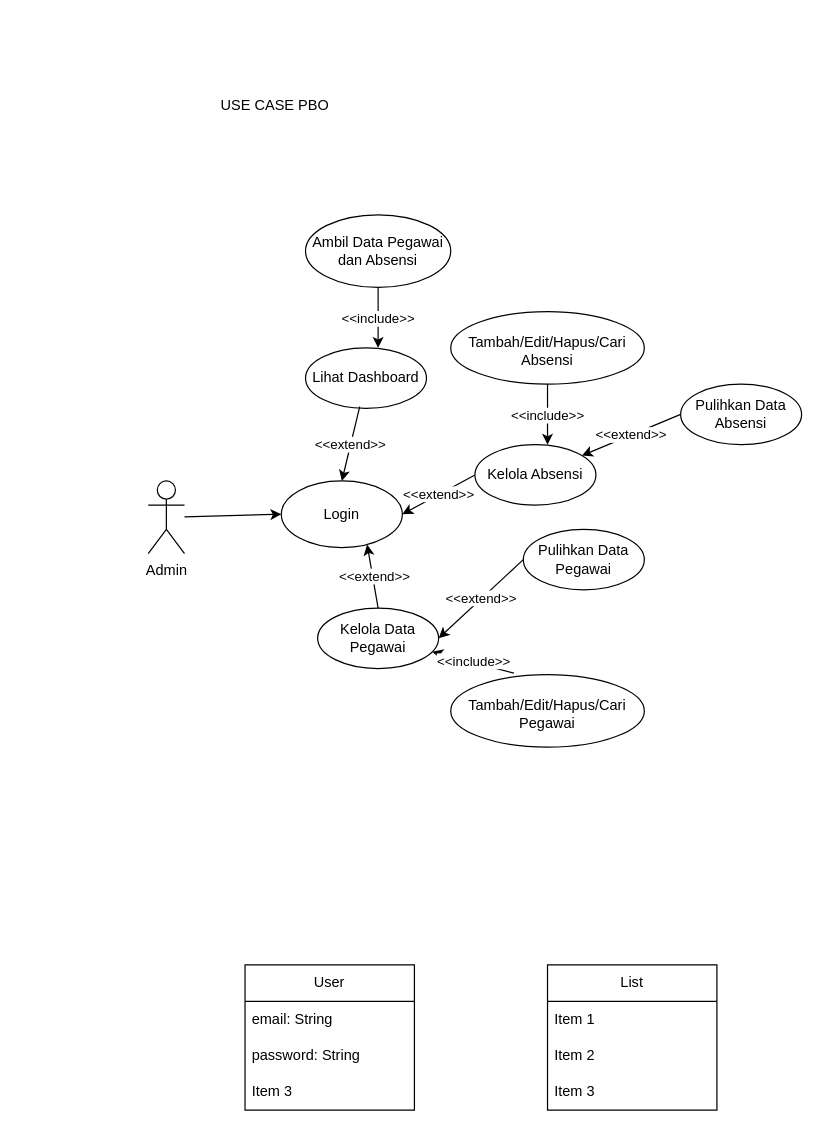
Before: Untitled Diagram.drawio in NahwaKakaa/Draw.Io, a draw.io diagram. Source tidied: cells renumbered, new cells numbered last; positions are measured from the earlier drawing's top-left corner, leaving out a move shared by most shapes. Both pictures are drawn from the tidied source at 121%, with x=0, y=0 at pixel (21, 21).
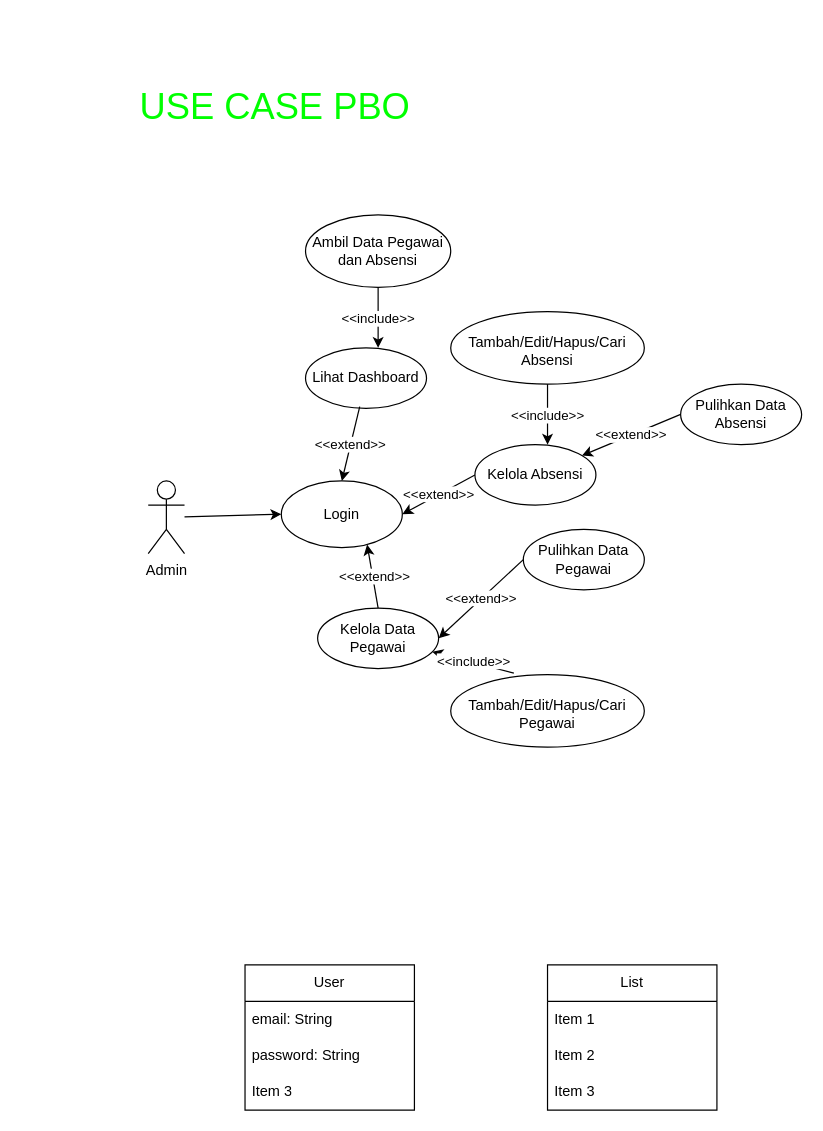
Above is the later version.

Diff of the diagram source:
```diff
@@
-    <mxCell id="37" value="USE CASE PBO" style="text;html=1;align=center;verticalAlign=middle;whiteSpace=wrap;rounded=0;" parent="1" vertex="1">
+    <mxCell id="37" value="&lt;font style=&quot;font-size: 30px; color: rgb(0, 255, 0);&quot;&gt;USE CASE PBO&lt;/font&gt;" style="text;html=1;align=center;verticalAlign=middle;whiteSpace=wrap;rounded=0;labelBackgroundColor=default;" parent="1" vertex="1">
       <mxGeometry width="420" height="140" as="geometry" />
     </mxCell>
```
